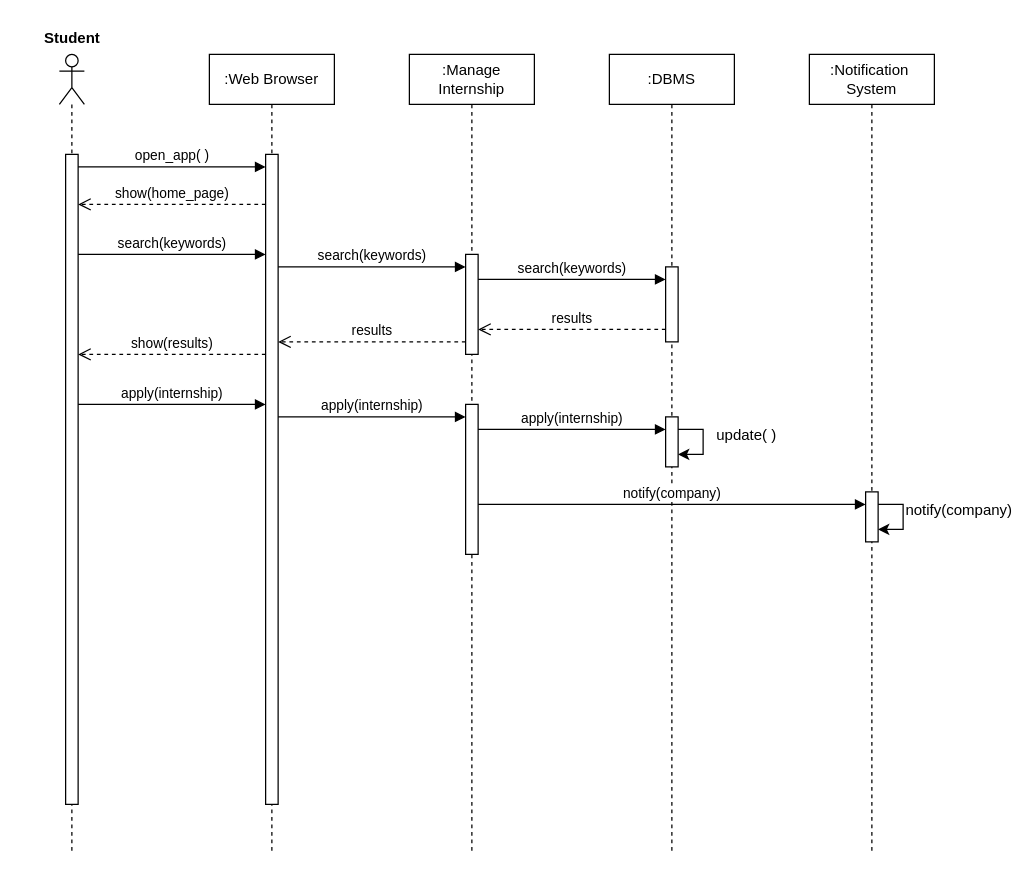
Before: DD/Misc/Seq4.drawio in Zero3474/AlkhetiarBonardi, a draw.io diagram. Source tidied: cells renumbered, new cells numbered last; positions are measured from the earlier drawing's top-left corner, leaving out a move shared by most shapes. Both pictures are drawn from the tidied source at 125%, with x=0, y=0 at pixel (21, 21).
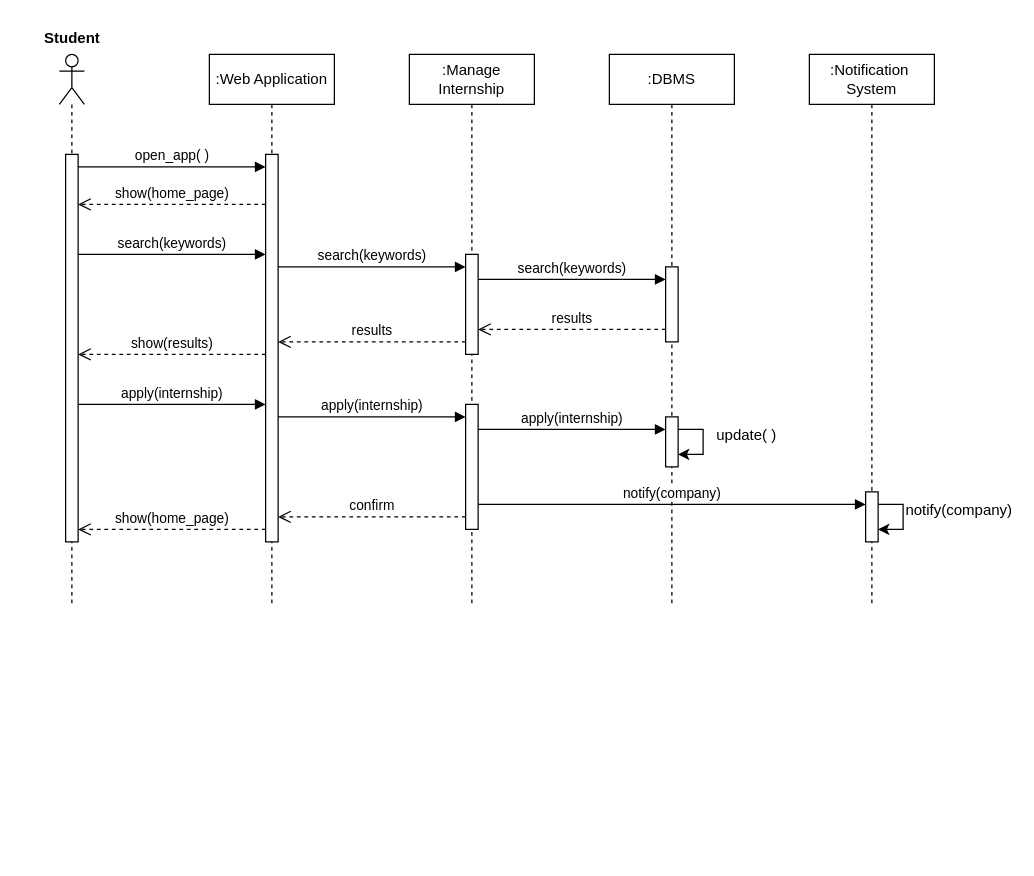
After the change.

The edit, as a diff of the source:
```diff
@@
     <mxCell id="2" style="shape=umlLifeline;perimeter=lifelinePerimeter;whiteSpace=wrap;html=1;newEdgeStyle={&quot;curved&quot;:0,&quot;rounded&quot;:0};participant=umlActor;" parent="1" vertex="1">
-      <mxGeometry x="30" y="26" width="20" height="640" as="geometry" />
+      <mxGeometry x="30" y="26" width="20" height="440" as="geometry" />
     </mxCell>
     <mxCell id="3" style="html=1;perimeter=orthogonalPerimeter;targetShapes=umlLifeline;newEdgeStyle={&quot;curved&quot;:0,&quot;rounded&quot;:0};" parent="2" vertex="1">
-      <mxGeometry x="5" y="80" width="10" height="520" as="geometry" />
+      <mxGeometry x="5" y="80" width="10" height="310" as="geometry" />
     </mxCell>
@@
-    <mxCell id="5" value=":Web Browser" style="shape=umlLifeline;perimeter=lifelinePerimeter;whiteSpace=wrap;html=1;newEdgeStyle={&quot;curved&quot;:0,&quot;rounded&quot;:0};" parent="1" vertex="1">
-      <mxGeometry x="150" y="26" width="100" height="640" as="geometry" />
+    <mxCell id="5" value=":Web Application" style="shape=umlLifeline;perimeter=lifelinePerimeter;whiteSpace=wrap;html=1;newEdgeStyle={&quot;curved&quot;:0,&quot;rounded&quot;:0};" parent="1" vertex="1">
+      <mxGeometry x="150" y="26" width="100" height="440" as="geometry" />
     </mxCell>
     <mxCell id="6" style="html=1;perimeter=orthogonalPerimeter;targetShapes=umlLifeline;newEdgeStyle={&quot;curved&quot;:0,&quot;rounded&quot;:0};" parent="5" vertex="1">
-      <mxGeometry x="45" y="80" width="10" height="520" as="geometry" />
+      <mxGeometry x="45" y="80" width="10" height="310" as="geometry" />
     </mxCell>
     <mxCell id="7" value=":Manage Internship" style="shape=umlLifeline;perimeter=lifelinePerimeter;whiteSpace=wrap;html=1;newEdgeStyle={&quot;curved&quot;:0,&quot;rounded&quot;:0};" parent="1" vertex="1">
-      <mxGeometry x="310" y="26" width="100" height="640" as="geometry" />
+      <mxGeometry x="310" y="26" width="100" height="440" as="geometry" />
     </mxCell>
@@
     <mxCell id="9" style="html=1;perimeter=orthogonalPerimeter;targetShapes=umlLifeline;newEdgeStyle={&quot;curved&quot;:0,&quot;rounded&quot;:0};" parent="7" vertex="1">
-      <mxGeometry x="45" y="280" width="10" height="120" as="geometry" />
+      <mxGeometry x="45" y="280" width="10" height="100" as="geometry" />
     </mxCell>
     <mxCell id="10" value=":DBMS" style="shape=umlLifeline;perimeter=lifelinePerimeter;whiteSpace=wrap;html=1;newEdgeStyle={&quot;curved&quot;:0,&quot;rounded&quot;:0};" parent="1" vertex="1">
-      <mxGeometry x="470" y="26" width="100" height="640" as="geometry" />
+      <mxGeometry x="470" y="26" width="100" height="440" as="geometry" />
     </mxCell>
@@
     <mxCell id="14" value=":Notification&amp;nbsp;&lt;div&gt;System&lt;/div&gt;" style="shape=umlLifeline;perimeter=lifelinePerimeter;whiteSpace=wrap;html=1;newEdgeStyle={&quot;curved&quot;:0,&quot;rounded&quot;:0};" parent="1" vertex="1">
-      <mxGeometry x="630" y="26" width="100" height="640" as="geometry" />
+      <mxGeometry x="630" y="26" width="100" height="440" as="geometry" />
     </mxCell>
@@
+    <mxCell id="31" value="confirm" style="html=1;verticalAlign=bottom;endArrow=open;dashed=1;endSize=8;curved=0;rounded=0;" parent="1" edge="1">
+      <mxGeometry relative="1" as="geometry">
+        <mxPoint x="355" y="396" as="sourcePoint" />
+        <mxPoint x="205" y="396" as="targetPoint" />
+      </mxGeometry>
+    </mxCell>
+    <mxCell id="32" value="show(home_page)" style="html=1;verticalAlign=bottom;endArrow=open;dashed=1;endSize=8;curved=0;rounded=0;" parent="1" edge="1">
+      <mxGeometry relative="1" as="geometry">
+        <mxPoint x="195" y="406" as="sourcePoint" />
+        <mxPoint x="45" y="406" as="targetPoint" />
+      </mxGeometry>
+    </mxCell>
```
